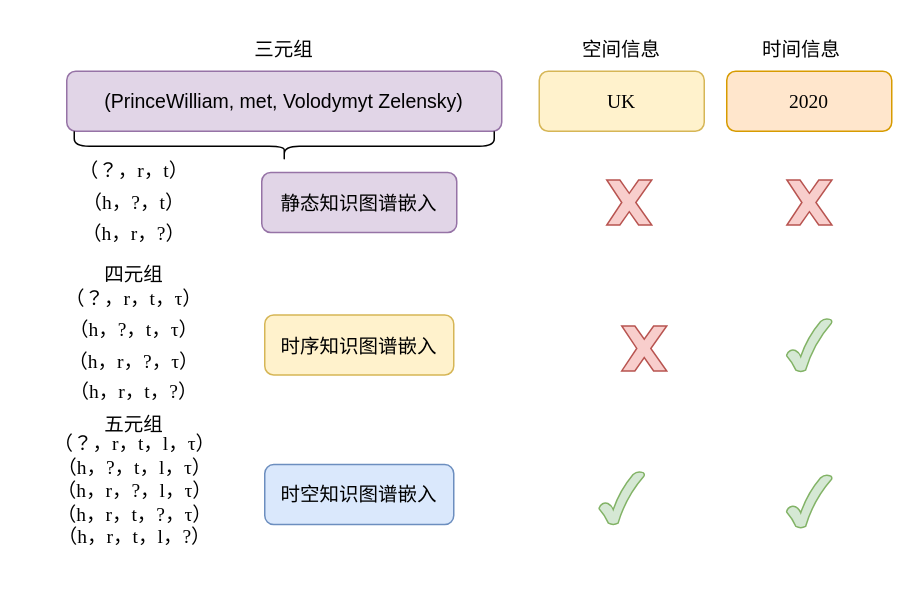
Before: 将时空信息融入到事实中.drawio in Moon-xm/diagram_io, a draw.io diagram. Source tidied: cells renumbered, new cells numbered last; positions are measured from the earlier drawing's top-left corner, leaving out a move shared by most shapes. Both pictures are drawn from the tidied source at 150%, with x=0, y=0 at pixel (24, 26).
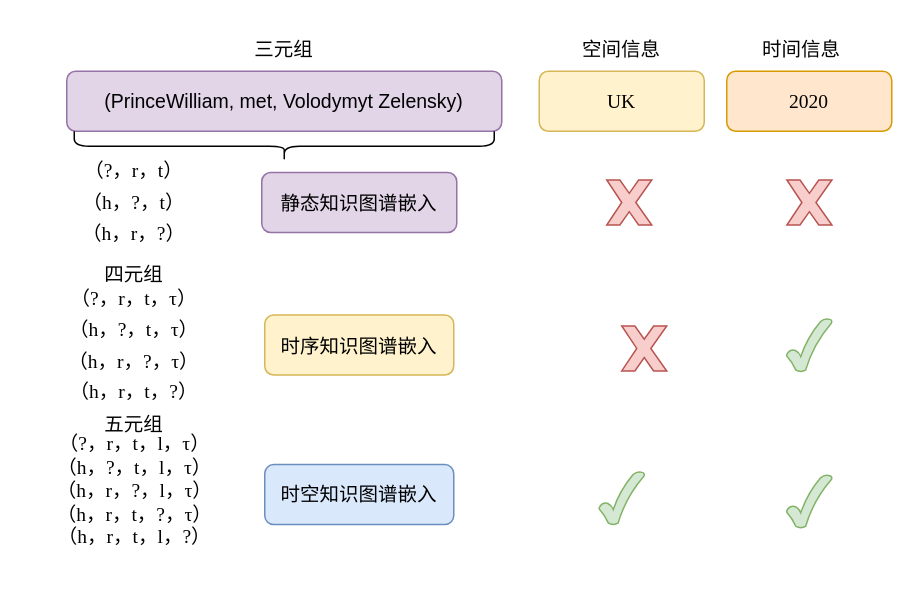
The same diagram, later.

Commit message (it also covers changes not shown here):
更新将时空信息融入到事实中.drawio

What changed in the source:
```diff
@@
-    <mxCell id="8" value="&lt;p style=&quot;line-height: 160%;&quot;&gt;&lt;font face=&quot;Times New Roman&quot;&gt;（？，r，t）&lt;br&gt;（h，?，t）&lt;br&gt;（h，r，?）&lt;/font&gt;&lt;/p&gt;" style="text;html=1;strokeColor=none;fillColor=none;align=center;verticalAlign=middle;whiteSpace=wrap;rounded=0;fontSize=13;" parent="1" vertex="1">
+    <mxCell id="8" value="&lt;p style=&quot;line-height: 160%;&quot;&gt;&lt;font face=&quot;Times New Roman&quot;&gt;（?，r，t）&lt;br&gt;（h，?，t）&lt;br&gt;（h，r，?）&lt;/font&gt;&lt;/p&gt;" style="text;html=1;strokeColor=none;fillColor=none;align=center;verticalAlign=middle;whiteSpace=wrap;rounded=0;fontSize=13;" parent="1" vertex="1">
       <mxGeometry x="18" y="80" width="110" height="75" as="geometry" />
     </mxCell>
-    <mxCell id="9" value="&lt;p style=&quot;line-height: 160%;&quot;&gt;&lt;font face=&quot;Times New Roman&quot;&gt;（？，r，t，τ）&lt;br&gt;（h，?，t，τ）&lt;br&gt;（h，r，?，τ）&lt;span style=&quot;background-color: initial;&quot;&gt;（h，r，t，?）&lt;/span&gt;&lt;/font&gt;&lt;/p&gt;" style="text;html=1;strokeColor=none;fillColor=none;align=center;verticalAlign=middle;whiteSpace=wrap;rounded=0;fontSize=13;" parent="1" vertex="1">
+    <mxCell id="9" value="&lt;p style=&quot;line-height: 160%;&quot;&gt;&lt;font face=&quot;Times New Roman&quot;&gt;（?，r，t，τ）&lt;br&gt;（h，?，t，τ）&lt;br&gt;（h，r，?，τ）&lt;span style=&quot;background-color: initial;&quot;&gt;（h，r，t，?）&lt;/span&gt;&lt;/font&gt;&lt;/p&gt;" style="text;html=1;strokeColor=none;fillColor=none;align=center;verticalAlign=middle;whiteSpace=wrap;rounded=0;fontSize=13;" parent="1" vertex="1">
       <mxGeometry x="18" y="175" width="110" height="75" as="geometry" />
     </mxCell>
-    <mxCell id="10" value="&lt;p style=&quot;line-height: 170%;&quot;&gt;&lt;/p&gt;&lt;font face=&quot;Times New Roman&quot;&gt;（？，r，t，l，τ）&lt;br style=&quot;border-color: var(--border-color);&quot;&gt;（h，?，t，l，τ）&lt;br style=&quot;border-color: var(--border-color);&quot;&gt;（h，r，?，l，τ）&lt;br&gt;（h，r，t，?，τ）&lt;br style=&quot;border-color: var(--border-color);&quot;&gt;（h，r，t，l，?）&lt;/font&gt;" style="text;html=1;strokeColor=none;fillColor=none;align=center;verticalAlign=middle;whiteSpace=wrap;rounded=0;fontSize=13;" parent="1" vertex="1">
+    <mxCell id="10" value="&lt;p style=&quot;line-height: 170%;&quot;&gt;&lt;/p&gt;&lt;font face=&quot;Times New Roman&quot;&gt;（?，r，t，l，τ）&lt;br style=&quot;border-color: var(--border-color);&quot;&gt;（h，?，t，l，τ）&lt;br style=&quot;border-color: var(--border-color);&quot;&gt;（h，r，?，l，τ）&lt;br&gt;（h，r，t，?，τ）&lt;br style=&quot;border-color: var(--border-color);&quot;&gt;（h，r，t，l，?）&lt;/font&gt;" style="text;html=1;strokeColor=none;fillColor=none;align=center;verticalAlign=middle;whiteSpace=wrap;rounded=0;fontSize=13;" parent="1" vertex="1">
       <mxGeometry x="0.5" y="232.5" width="145" height="140" as="geometry" />
     </mxCell>
```
